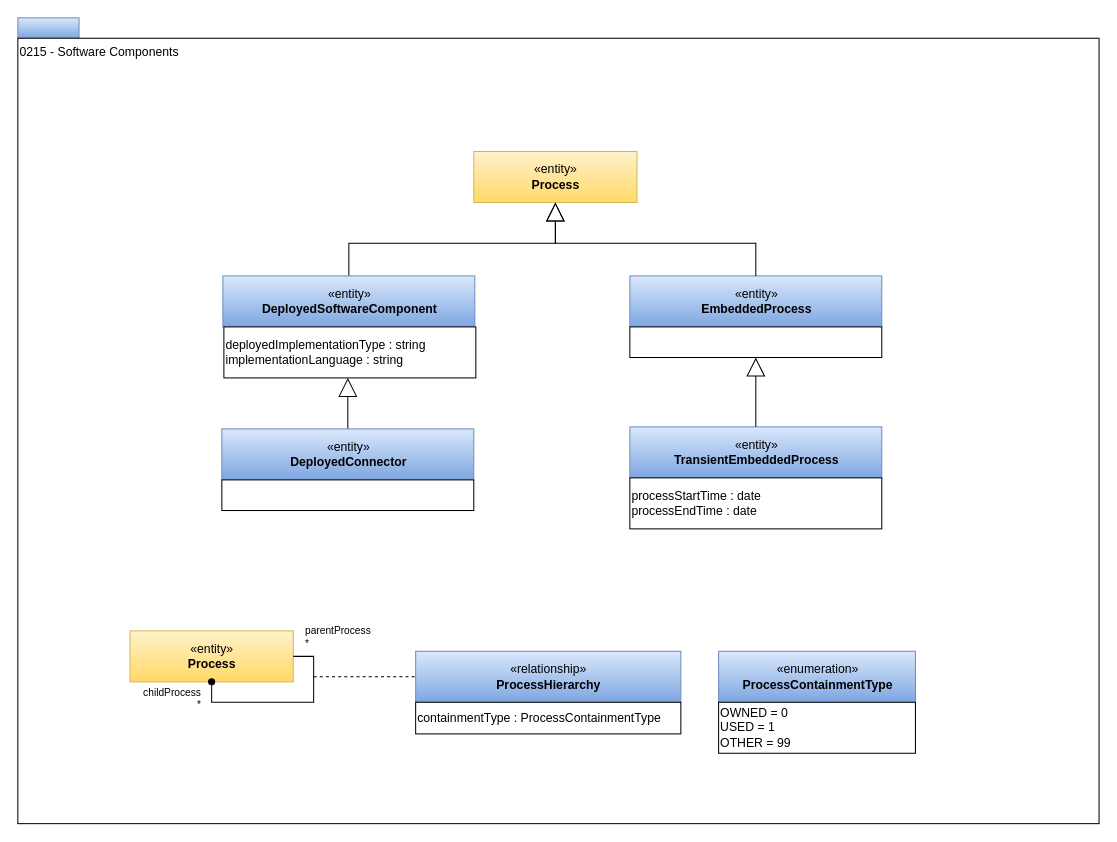
Above: page "0215-Software-Components" (7 of 24) of site/docs/types/2/area-2-assets.drawio in odpi/egeria-docs (draw.io), before the change. Source tidied: cells renumbered, new cells numbered last; positions are measured from the earlier drawing's top-left corner, leaving out a move shared by most shapes. Both pictures are drawn from the tidied source at 102%, with x=0, y=0 at pixel (17, 17).
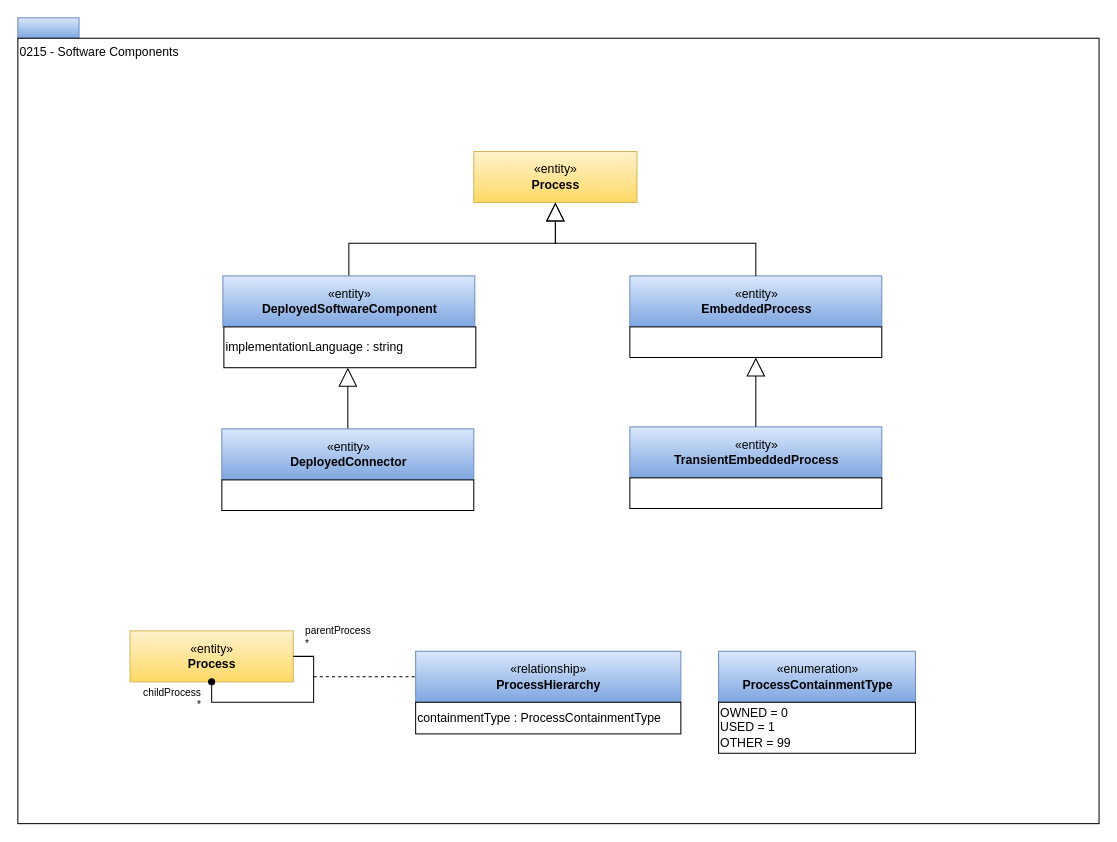
After the change.

Unchanged cells that the change refers to:
```xml
<mxCell id="6" style="group;" parent="1" vertex="1">
  <mxGeometry x="201" y="253" width="248" height="100" as="geometry" />
</mxCell>
<mxCell id="17" style="group;" parent="1" vertex="1">
  <mxGeometry x="600" y="401" width="247" height="100" as="geometry" />
</mxCell>
```

Change to the diagram source:
```diff
@@
-    <mxCell id="8" value="deployedImplementationType : string&lt;br&gt;implementationLanguage : string" style="rounded=0;whiteSpace=wrap;html=1;strokeColor=#000000;gradientColor=#ffffff;align=left;" parent="6" vertex="1">
-      <mxGeometry x="1" y="50" width="247" height="50" as="geometry" />
+    <mxCell id="8" value="implementationLanguage : string" style="rounded=0;whiteSpace=wrap;html=1;strokeColor=#000000;gradientColor=#ffffff;align=left;" parent="6" vertex="1">
+      <mxGeometry x="1" y="50" width="247" height="40" as="geometry" />
     </mxCell>
@@
-    <mxCell id="19" value="&lt;span&gt;processStartTime : date&lt;/span&gt;&lt;br&gt;&lt;span&gt;processEndTime : date&lt;/span&gt;" style="rounded=0;whiteSpace=wrap;html=1;strokeColor=#000000;gradientColor=#ffffff;align=left;" parent="17" vertex="1">
-      <mxGeometry y="50" width="247" height="50" as="geometry" />
+    <mxCell id="19" style="rounded=0;whiteSpace=wrap;html=1;strokeColor=#000000;gradientColor=#ffffff;align=left;" parent="17" vertex="1">
+      <mxGeometry y="50" width="247" height="30" as="geometry" />
     </mxCell>
```
